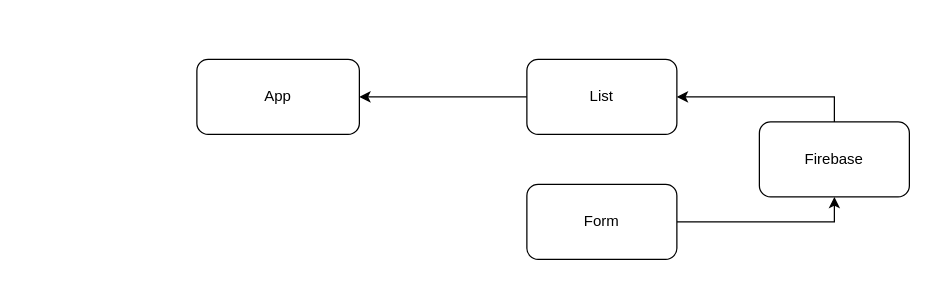
Above: Untitled Diagram.drawio in hsmyc/hsmyc (draw.io), before the change. Source tidied: cells renumbered, new cells numbered last; positions are measured from the earlier drawing's top-left corner, leaving out a move shared by most shapes. Both pictures are drawn from the tidied source at 125%, with x=0, y=0 at pixel (196, 59).
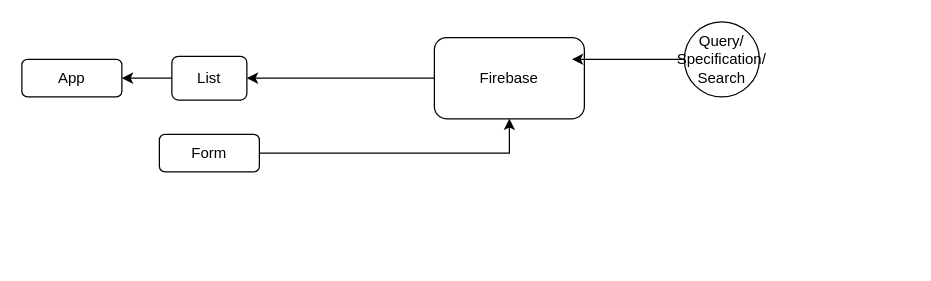
The same diagram, later.

Diff of the diagram source:
```diff
@@
 <mxGraphModel>
   <root>
     <mxCell id="0" />
     <mxCell id="1" parent="0" />
     <mxCell id="2" value="App" style="rounded=1;whiteSpace=wrap;html=1;" parent="1" vertex="1">
-      <mxGeometry width="130" height="60" as="geometry" />
+      <mxGeometry x="-140" width="80" height="30" as="geometry" />
     </mxCell>
     <mxCell id="3" style="edgeStyle=orthogonalEdgeStyle;rounded=0;jettySize=auto;html=1;exitX=0;exitY=0.5;exitDx=0;exitDy=0;entryX=1;entryY=0.5;entryDx=0;entryDy=0;" parent="1" edge="1" source="4" target="2">
       <mxGeometry relative="1" as="geometry" />
     </mxCell>
     <mxCell id="4" value="List" style="rounded=1;whiteSpace=wrap;html=1;" parent="1" vertex="1">
-      <mxGeometry x="264" width="120" height="60" as="geometry" />
+      <mxGeometry x="-20" y="-2.5" width="60" height="35" as="geometry" />
     </mxCell>
     <mxCell id="5" style="edgeStyle=orthogonalEdgeStyle;rounded=0;jettySize=auto;html=1;exitX=1;exitY=0.5;exitDx=0;exitDy=0;entryX=0.5;entryY=1;entryDx=0;entryDy=0;" parent="1" edge="1" source="6" target="8">
       <mxGeometry relative="1" as="geometry" />
     </mxCell>
     <mxCell id="6" value="Form" style="rounded=1;whiteSpace=wrap;html=1;" parent="1" vertex="1">
-      <mxGeometry x="264" y="100" width="120" height="60" as="geometry" />
+      <mxGeometry x="-30" y="60" width="80" height="30" as="geometry" />
     </mxCell>
-    <mxCell id="7" style="edgeStyle=orthogonalEdgeStyle;rounded=0;jettySize=auto;html=1;exitX=0.5;exitY=0;exitDx=0;exitDy=0;entryX=1;entryY=0.5;entryDx=0;entryDy=0;" parent="1" edge="1" source="8" target="4">
+    <mxCell id="7" style="edgeStyle=orthogonalEdgeStyle;rounded=0;jettySize=auto;html=1;exitX=0;exitY=0.5;exitDx=0;exitDy=0;entryX=1;entryY=0.5;entryDx=0;entryDy=0;" parent="1" edge="1" source="8" target="4">
       <mxGeometry relative="1" as="geometry" />
     </mxCell>
     <mxCell id="8" value="Firebase" style="rounded=1;whiteSpace=wrap;html=1;" parent="1" vertex="1">
-      <mxGeometry x="450" y="50" width="120" height="60" as="geometry" />
+      <mxGeometry x="190" y="-17.5" width="120" height="65" as="geometry" />
     </mxCell>
+    <mxCell id="9" style="edgeStyle=orthogonalEdgeStyle;rounded=0;jettySize=auto;html=1;entryX=0.917;entryY=0.269;entryDx=0;entryDy=0;entryPerimeter=0;" parent="1" edge="1" source="10" target="8">
+      <mxGeometry relative="1" as="geometry" />
+    </mxCell>
+    <mxCell id="10" value="Query/&lt;br&gt;Specification/&lt;br&gt;Search" style="ellipse;whiteSpace=wrap;html=1;" parent="1" vertex="1">
+      <mxGeometry x="390" y="-30" width="60" height="60" as="geometry" />
+    </mxCell>
   </root>
 </mxGraphModel>
```
